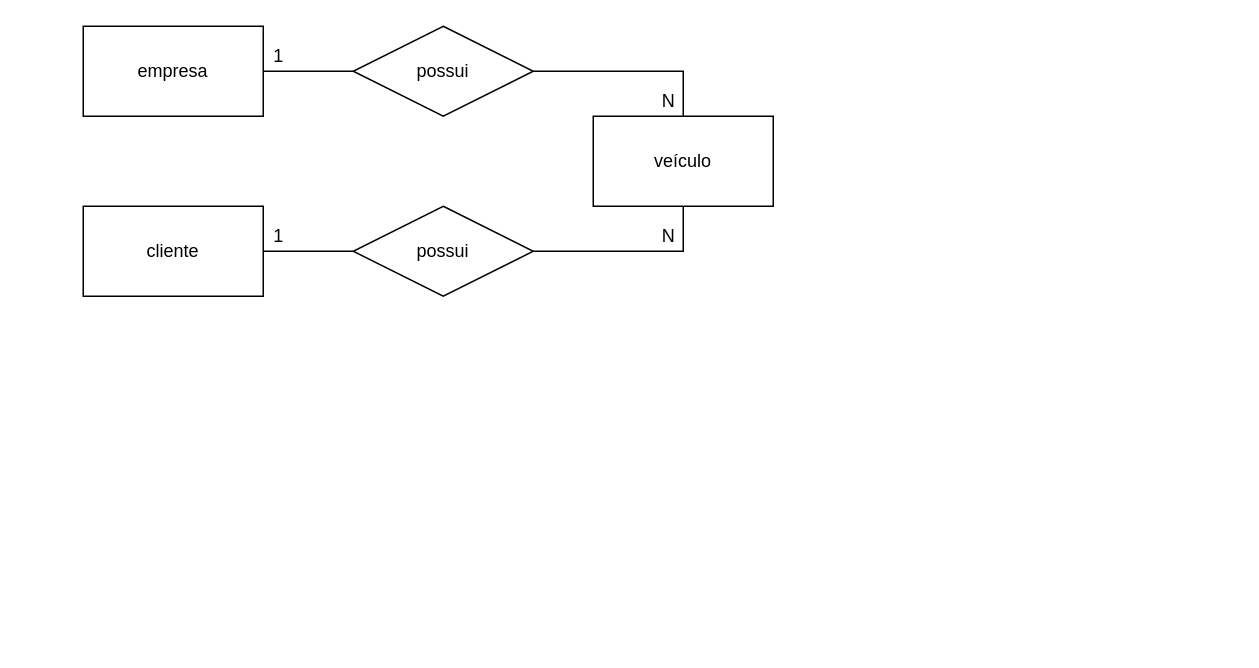
Earlier version of the draw.io diagram exercicios/1.2-exercicio-locadora/1.2-exercicio-locadora.drawio (tavinlima/SENAI_sprint1_bd). Source tidied: cells renumbered, new cells numbered last; positions are measured from the earlier drawing's top-left corner, leaving out a move shared by most shapes. Both pictures are drawn from the tidied source at 150%, with x=0, y=0 at pixel (82, 26).
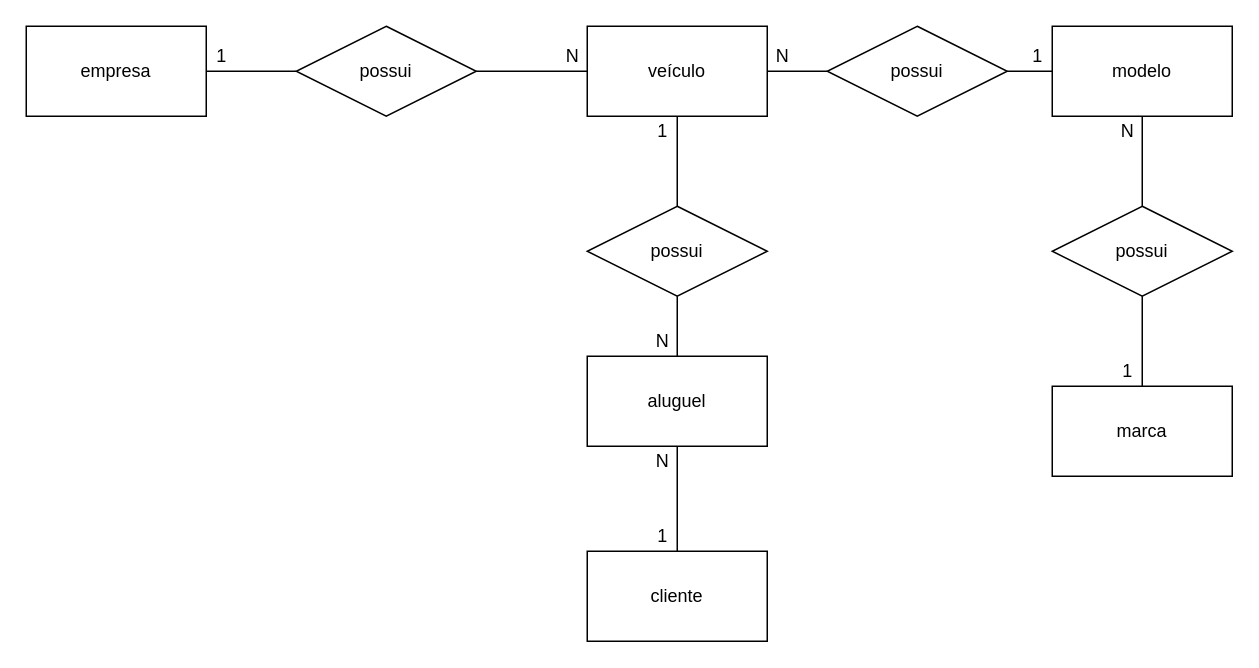
Above is the later version.

The edit, as a diff of the source:
```diff
@@
     <mxCell id="3" value="empresa" style="rounded=0;whiteSpace=wrap;html=1;" parent="1" vertex="1">
-      <mxGeometry width="120" height="60" as="geometry" />
+      <mxGeometry x="-38" width="120" height="60" as="geometry" />
     </mxCell>
+    <mxCell id="15" style="edgeStyle=orthogonalEdgeStyle;rounded=0;jettySize=auto;html=1;endArrow=none;endFill=0;" parent="1" edge="1" source="4" target="21">
+      <mxGeometry relative="1" as="geometry" />
+    </mxCell>
     <mxCell id="4" value="veículo" style="rounded=0;whiteSpace=wrap;html=1;" parent="1" vertex="1">
-      <mxGeometry x="340" y="60" width="120" height="60" as="geometry" />
+      <mxGeometry x="336" width="120" height="60" as="geometry" />
     </mxCell>
-    <mxCell id="5" style="edgeStyle=none;rounded=0;jettySize=auto;html=1;entryX=0;entryY=0.5;entryDx=0;entryDy=0;endArrow=none;endFill=0;" parent="1" edge="1" source="6" target="10">
-      <mxGeometry relative="1" as="geometry" />
-    </mxCell>
     <mxCell id="6" value="cliente" style="rounded=0;whiteSpace=wrap;html=1;" parent="1" vertex="1">
-      <mxGeometry y="120" width="120" height="60" as="geometry" />
+      <mxGeometry x="336" y="350" width="120" height="60" as="geometry" />
     </mxCell>
     <mxCell id="7" style="edgeStyle=orthogonalEdgeStyle;rounded=0;jettySize=auto;html=1;endArrow=none;endFill=0;" parent="1" edge="1" source="8" target="4">
       <mxGeometry relative="1" as="geometry">
         <Array as="points">
-          <mxPoint x="400" y="30" />
+          <mxPoint x="362" y="30" />
         </Array>
       </mxGeometry>
     </mxCell>
     <mxCell id="8" value="possui" style="shape=rhombus;perimeter=rhombusPerimeter;whiteSpace=wrap;html=1;align=center;" parent="1" vertex="1">
-      <mxGeometry x="180" width="120" height="60" as="geometry" />
+      <mxGeometry x="142" width="120" height="60" as="geometry" />
     </mxCell>
@@
+    <mxCell id="16" style="edgeStyle=orthogonalEdgeStyle;rounded=0;jettySize=auto;html=1;entryX=0.5;entryY=0;entryDx=0;entryDy=0;endArrow=none;endFill=0;" parent="1" edge="1" source="10" target="29">
+      <mxGeometry relative="1" as="geometry" />
+    </mxCell>
     <mxCell id="10" value="possui" style="shape=rhombus;perimeter=rhombusPerimeter;whiteSpace=wrap;html=1;align=center;" parent="1" vertex="1">
-      <mxGeometry x="180" y="120" width="120" height="60" as="geometry" />
+      <mxGeometry x="336" y="120" width="120" height="60" as="geometry" />
     </mxCell>
     <mxCell id="11" value="1" style="text;html=1;align=center;verticalAlign=middle;strokeColor=none;" parent="1" vertex="1">
-      <mxGeometry x="120" y="10" width="20" height="20" as="geometry" />
+      <mxGeometry x="82" y="10" width="20" height="20" as="geometry" />
     </mxCell>
     <mxCell id="12" value="N" style="text;html=1;align=center;verticalAlign=middle;strokeColor=none;" parent="1" vertex="1">
-      <mxGeometry x="380" y="40" width="20" height="20" as="geometry" />
+      <mxGeometry x="316" y="10" width="20" height="20" as="geometry" />
     </mxCell>
-    <mxCell id="13" value="1" style="text;html=1;align=center;verticalAlign=middle;strokeColor=none;" parent="1" vertex="1">
-      <mxGeometry x="120" y="130" width="20" height="20" as="geometry" />
+    <mxCell id="13" value="N" style="text;html=1;align=center;verticalAlign=middle;strokeColor=none;" parent="1" vertex="1">
+      <mxGeometry x="376" y="280" width="20" height="20" as="geometry" />
     </mxCell>
-    <mxCell id="14" value="N" style="text;html=1;align=center;verticalAlign=middle;strokeColor=none;" parent="1" vertex="1">
-      <mxGeometry x="380" y="130" width="20" height="20" as="geometry" />
+    <mxCell id="14" value="1" style="text;html=1;align=center;verticalAlign=middle;strokeColor=none;" parent="1" vertex="1">
+      <mxGeometry x="376" y="60" width="20" height="20" as="geometry" />
     </mxCell>
+    <mxCell id="17" style="edgeStyle=orthogonalEdgeStyle;rounded=0;jettySize=auto;html=1;entryX=0.5;entryY=0;entryDx=0;entryDy=0;endArrow=none;endFill=0;" parent="1" edge="1" source="18" target="27">
+      <mxGeometry relative="1" as="geometry" />
+    </mxCell>
+    <mxCell id="18" value="modelo" style="whiteSpace=wrap;html=1;" parent="1" vertex="1">
+      <mxGeometry x="646" width="120" height="60" as="geometry" />
+    </mxCell>
+    <mxCell id="19" value="marca" style="whiteSpace=wrap;html=1;" parent="1" vertex="1">
+      <mxGeometry x="646" y="240" width="120" height="60" as="geometry" />
+    </mxCell>
+    <mxCell id="20" style="edgeStyle=orthogonalEdgeStyle;rounded=0;jettySize=auto;html=1;entryX=0;entryY=0.5;entryDx=0;entryDy=0;endArrow=none;endFill=0;" parent="1" edge="1" source="21" target="18">
+      <mxGeometry relative="1" as="geometry">
+        <Array as="points">
+          <mxPoint x="626" y="30" />
+          <mxPoint x="626" y="30" />
+        </Array>
+      </mxGeometry>
+    </mxCell>
+    <mxCell id="21" value="possui" style="shape=rhombus;perimeter=rhombusPerimeter;whiteSpace=wrap;html=1;align=center;" parent="1" vertex="1">
+      <mxGeometry x="496" width="120" height="60" as="geometry" />
+    </mxCell>
+    <mxCell id="22" value="1" style="text;html=1;align=center;verticalAlign=middle;strokeColor=none;" parent="1" vertex="1">
+      <mxGeometry x="626" y="10" width="20" height="20" as="geometry" />
+    </mxCell>
+    <mxCell id="23" value="1" style="text;html=1;align=center;verticalAlign=middle;strokeColor=none;" parent="1" vertex="1">
+      <mxGeometry x="686" y="220" width="20" height="20" as="geometry" />
+    </mxCell>
+    <mxCell id="24" value="N" style="text;html=1;align=center;verticalAlign=middle;strokeColor=none;" parent="1" vertex="1">
+      <mxGeometry x="456" y="10" width="20" height="20" as="geometry" />
+    </mxCell>
+    <mxCell id="25" value="N" style="text;html=1;align=center;verticalAlign=middle;strokeColor=none;" parent="1" vertex="1">
+      <mxGeometry x="686" y="60" width="20" height="20" as="geometry" />
+    </mxCell>
+    <mxCell id="26" style="edgeStyle=orthogonalEdgeStyle;rounded=0;jettySize=auto;html=1;endArrow=none;endFill=0;" parent="1" edge="1" source="27" target="19">
+      <mxGeometry relative="1" as="geometry" />
+    </mxCell>
+    <mxCell id="27" value="possui" style="shape=rhombus;perimeter=rhombusPerimeter;whiteSpace=wrap;html=1;align=center;" parent="1" vertex="1">
+      <mxGeometry x="646" y="120" width="120" height="60" as="geometry" />
+    </mxCell>
+    <mxCell id="28" style="edgeStyle=orthogonalEdgeStyle;rounded=0;jettySize=auto;html=1;entryX=0.5;entryY=0;entryDx=0;entryDy=0;endArrow=none;endFill=0;" parent="1" edge="1" source="29" target="6">
+      <mxGeometry relative="1" as="geometry" />
+    </mxCell>
+    <mxCell id="29" value="aluguel" style="whiteSpace=wrap;html=1;" parent="1" vertex="1">
+      <mxGeometry x="336" y="220" width="120" height="60" as="geometry" />
+    </mxCell>
+    <mxCell id="30" value="N" style="text;html=1;align=center;verticalAlign=middle;strokeColor=none;" parent="1" vertex="1">
+      <mxGeometry x="376" y="200" width="20" height="20" as="geometry" />
+    </mxCell>
+    <mxCell id="31" value="1" style="text;html=1;align=center;verticalAlign=middle;strokeColor=none;" parent="1" vertex="1">
+      <mxGeometry x="376" y="330" width="20" height="20" as="geometry" />
+    </mxCell>
```
